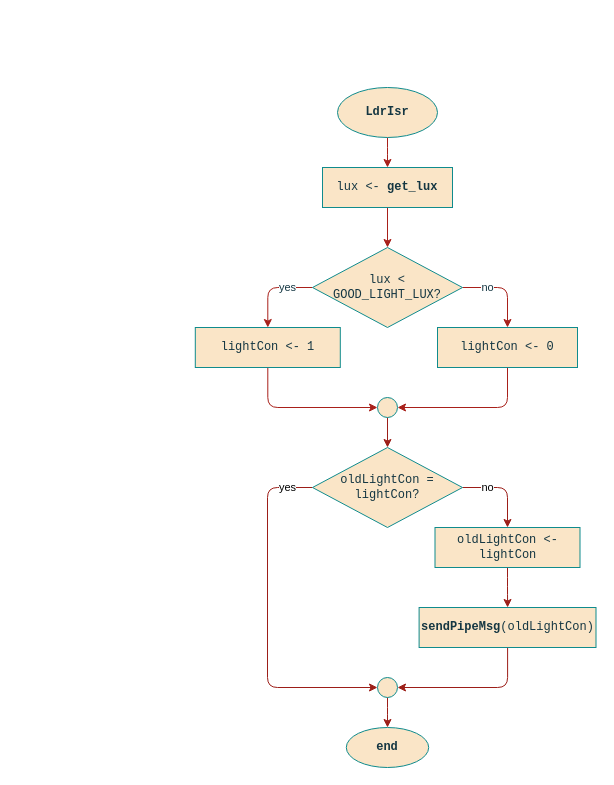
This is page "LDR" (2 of 3) of project/report/flowcharts/Sensors.drawio from ESRGgroup9/slipad, a draw.io file, before an edit. Source tidied: cells renumbered, new cells numbered last; positions are measured from the earlier drawing's top-left corner, leaving out a move shared by most shapes. Both pictures are drawn from the tidied source at 100%, with x=0, y=0 at pixel (17, 87).
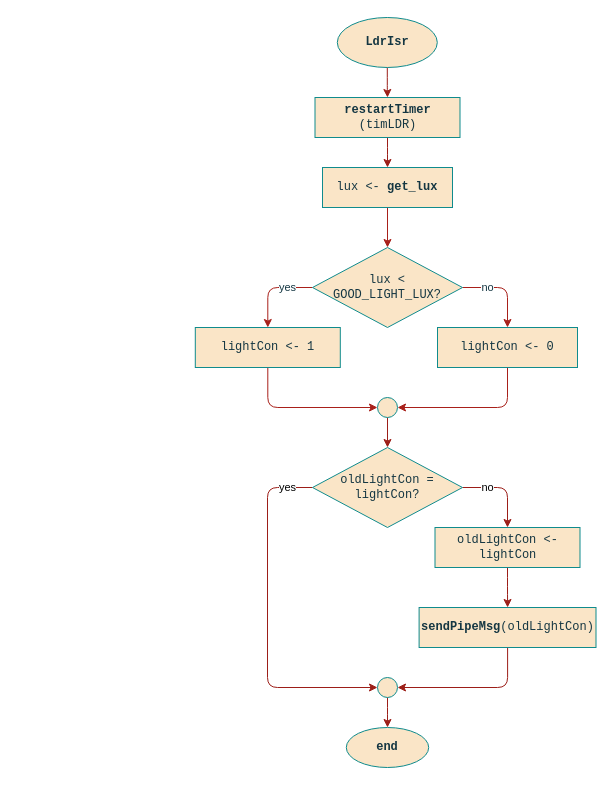
Above is the later version.

Unchanged cells that the change refers to:
```xml
<mxCell id="5" value="&lt;span class=&quot;pl-en&quot;&gt;lux &amp;lt;-&lt;/span&gt;&lt;b&gt;&lt;span class=&quot;pl-en&quot;&gt; get_lux&lt;/span&gt;&lt;/b&gt;" style="rounded=0;whiteSpace=wrap;html=1;sketch=0;fontColor=#143642;strokeColor=#0F8B8D;fillColor=#FAE5C7;fontFamily=Courier New;" parent="1" vertex="1">
  <mxGeometry x="305" y="80" width="130" height="40" as="geometry" />
</mxCell>
```

What changed in the source:
```diff
@@
-    <mxCell id="2" style="edgeStyle=orthogonalEdgeStyle;curved=0;rounded=1;sketch=0;jettySize=auto;html=1;fontColor=#143642;strokeColor=#A8201A;fillColor=#FAE5C7;" parent="1" edge="1" source="3" target="5">
-      <mxGeometry relative="1" as="geometry" />
-    </mxCell>
+    <mxCell id="26" style="edgeStyle=orthogonalEdgeStyle;rounded=1;jettySize=auto;html=1;strokeColor=#9C1E18;" parent="1" edge="1" source="3" target="28">
+      <mxGeometry relative="1" as="geometry" />
+    </mxCell>
     <mxCell id="3" value="&lt;b&gt;LdrIsr&lt;/b&gt;" style="ellipse;whiteSpace=wrap;html=1;fontFamily=Courier New;fillColor=#FAE5C7;strokeColor=#0F8B8D;fontColor=#143642;" parent="1" vertex="1">
-      <mxGeometry x="320" width="100" height="50" as="geometry" />
+      <mxGeometry x="319.8" y="-70" width="100" height="50" as="geometry" />
     </mxCell>
@@
     <mxCell id="16" value=" " style="text;html=1;align=center;verticalAlign=middle;strokeColor=none;fillColor=none;" parent="1" vertex="1">
-      <mxGeometry y="5" width="20" height="10" as="geometry" />
+      <mxGeometry x="-0.2" y="-65" width="20" height="10" as="geometry" />
     </mxCell>
@@
+    <mxCell id="27" style="edgeStyle=orthogonalEdgeStyle;rounded=1;jettySize=auto;html=1;entryX=0.5;entryY=0;entryDx=0;entryDy=0;strokeColor=#9C1E18;" parent="1" edge="1" source="28" target="5">
+      <mxGeometry relative="1" as="geometry" />
+    </mxCell>
+    <mxCell id="28" value="&lt;b&gt;restartTimer&lt;/b&gt; (timLDR)" style="rounded=0;whiteSpace=wrap;html=1;sketch=0;fontColor=#143642;strokeColor=#0F8B8D;fillColor=#FAE5C7;fontFamily=Courier New;" parent="1" vertex="1">
+      <mxGeometry x="297.5" y="10" width="145" height="40" as="geometry" />
+    </mxCell>
```
